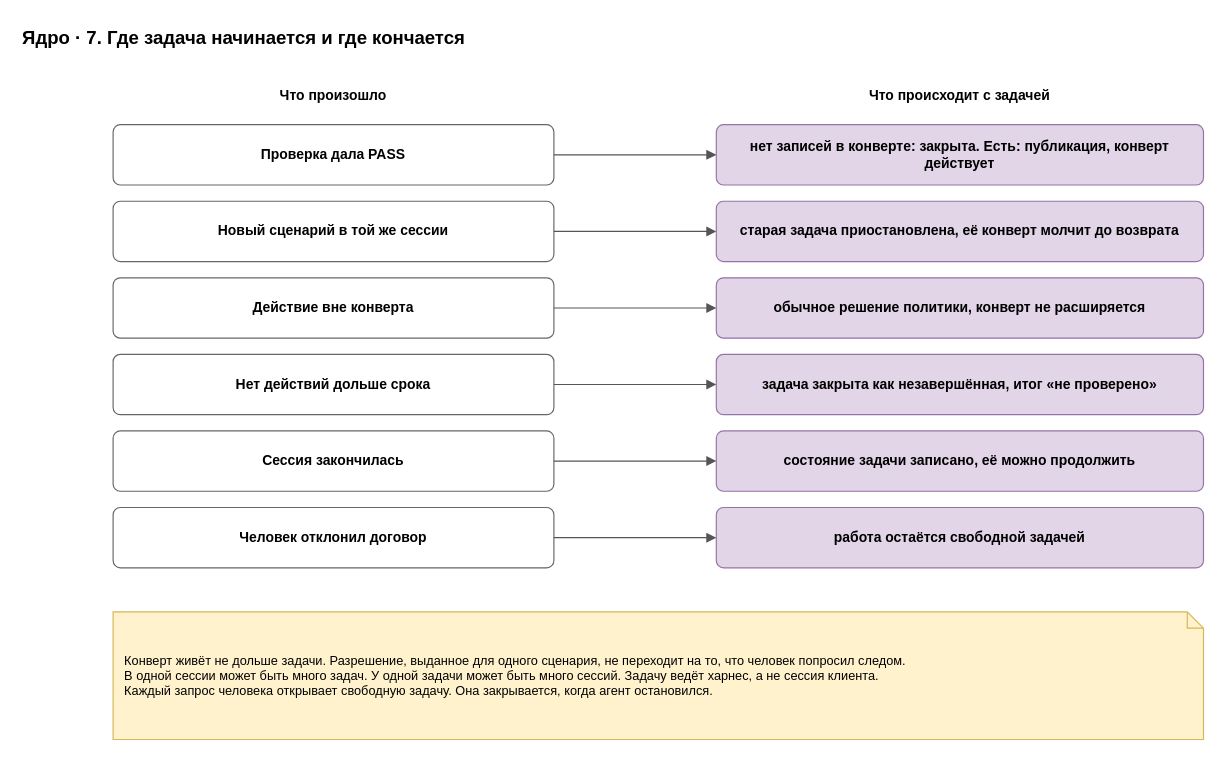
Above: page "5. Границы задачи" (5 of 24) of docs/spec/harness-spec.drawio in roygkov/reins (draw.io), before the change. Source tidied: cells renumbered, new cells numbered last; positions are measured from the earlier drawing's top-left corner, leaving out a move shared by most shapes. Both pictures are drawn from the tidied source at 116%, with x=0, y=0 at pixel (20, 20).
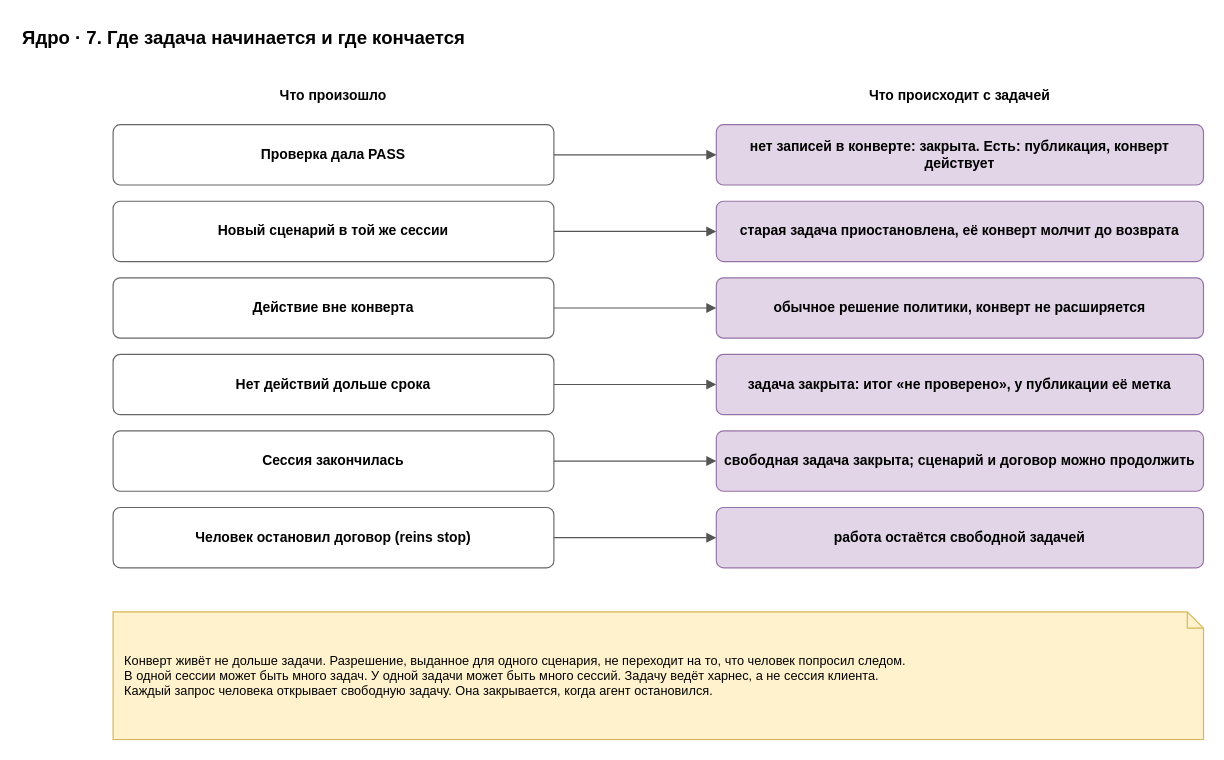
The same page after the edit.

Change to the diagram source:
```diff
@@
-    <mxCell id="15" value="&lt;b&gt;задача закрыта как незавершённая, итог «не проверено»&lt;/b&gt;" style="rounded=1;whiteSpace=wrap;html=1;fillColor=#e1d5e7;strokeColor=#9673a6;arcSize=12;" parent="1" vertex="1">
+    <mxCell id="15" value="&lt;b&gt;задача закрыта: итог «не проверено», у публикации её метка&lt;/b&gt;" style="rounded=1;whiteSpace=wrap;html=1;fillColor=#e1d5e7;strokeColor=#9673a6;arcSize=12;" parent="1" vertex="1">
       <mxGeometry x="600" y="288" width="420" height="52" as="geometry" />
     </mxCell>
@@
-    <mxCell id="18" value="&lt;b&gt;состояние задачи записано, её можно продолжить&lt;/b&gt;" style="rounded=1;whiteSpace=wrap;html=1;fillColor=#e1d5e7;strokeColor=#9673a6;arcSize=12;" parent="1" vertex="1">
+    <mxCell id="18" value="&lt;b&gt;свободная задача закрыта; сценарий и договор можно продолжить&lt;/b&gt;" style="rounded=1;whiteSpace=wrap;html=1;fillColor=#e1d5e7;strokeColor=#9673a6;arcSize=12;" parent="1" vertex="1">
       <mxGeometry x="600" y="354" width="420" height="52" as="geometry" />
     </mxCell>
@@
-    <mxCell id="20" value="&lt;b&gt;Человек отклонил договор&lt;/b&gt;" style="rounded=1;whiteSpace=wrap;html=1;fillColor=#ffffff;strokeColor=#666666;arcSize=12;" parent="1" vertex="1">
+    <mxCell id="20" value="&lt;b&gt;Человек остановил договор (reins stop)&lt;/b&gt;" style="rounded=1;whiteSpace=wrap;html=1;fillColor=#ffffff;strokeColor=#666666;arcSize=12;" parent="1" vertex="1">
       <mxGeometry x="80" y="420" width="380" height="52" as="geometry" />
     </mxCell>
```
